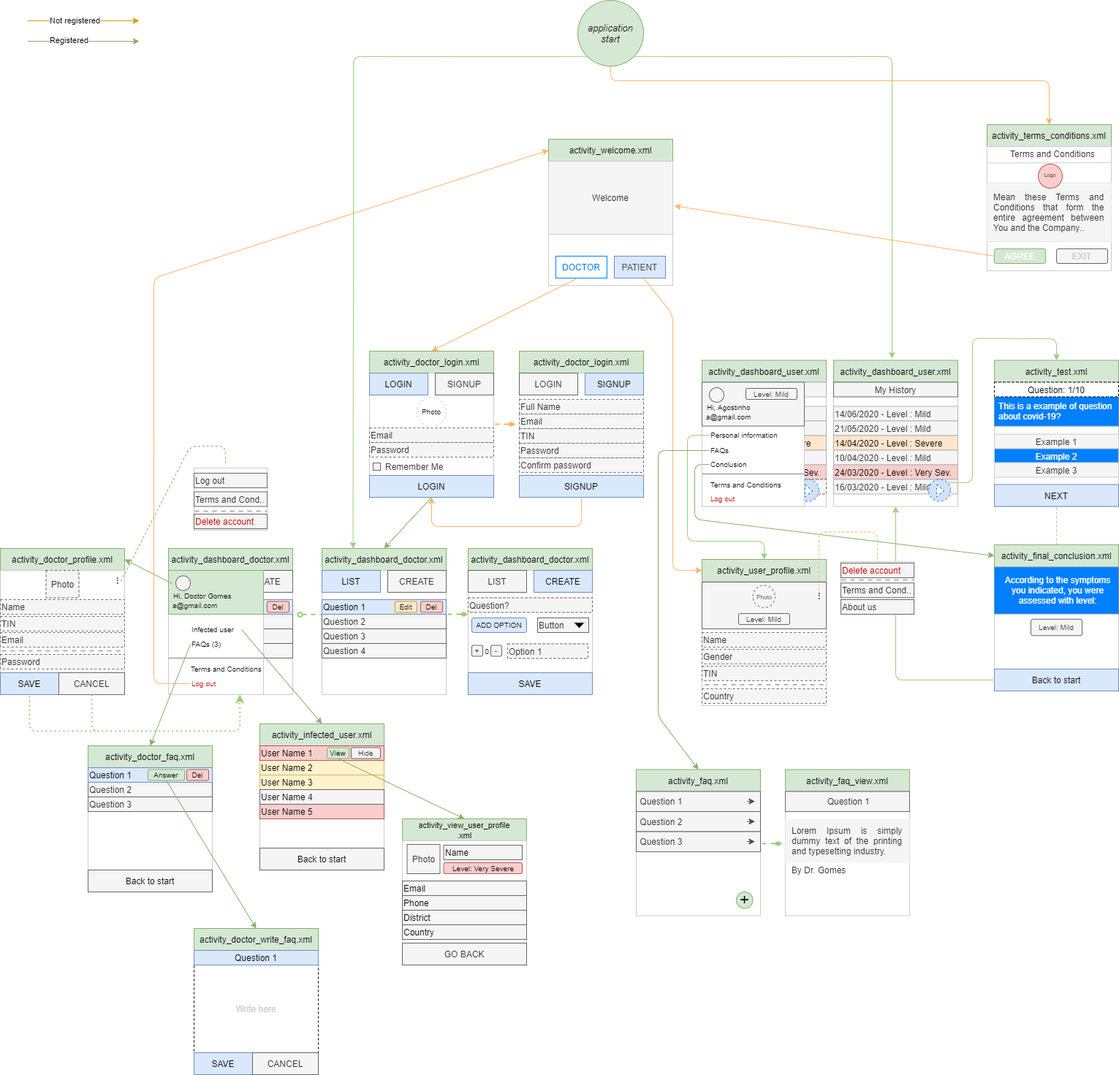
Above: documentation/draw-nav_activity.png in agostinhoramos/Testing_COVID_19 (draw.io), before the change. Source tidied: cells renumbered, new cells last; positions are measured from the earlier drawing's top-left corner, leaving out a move shared by most shapes.
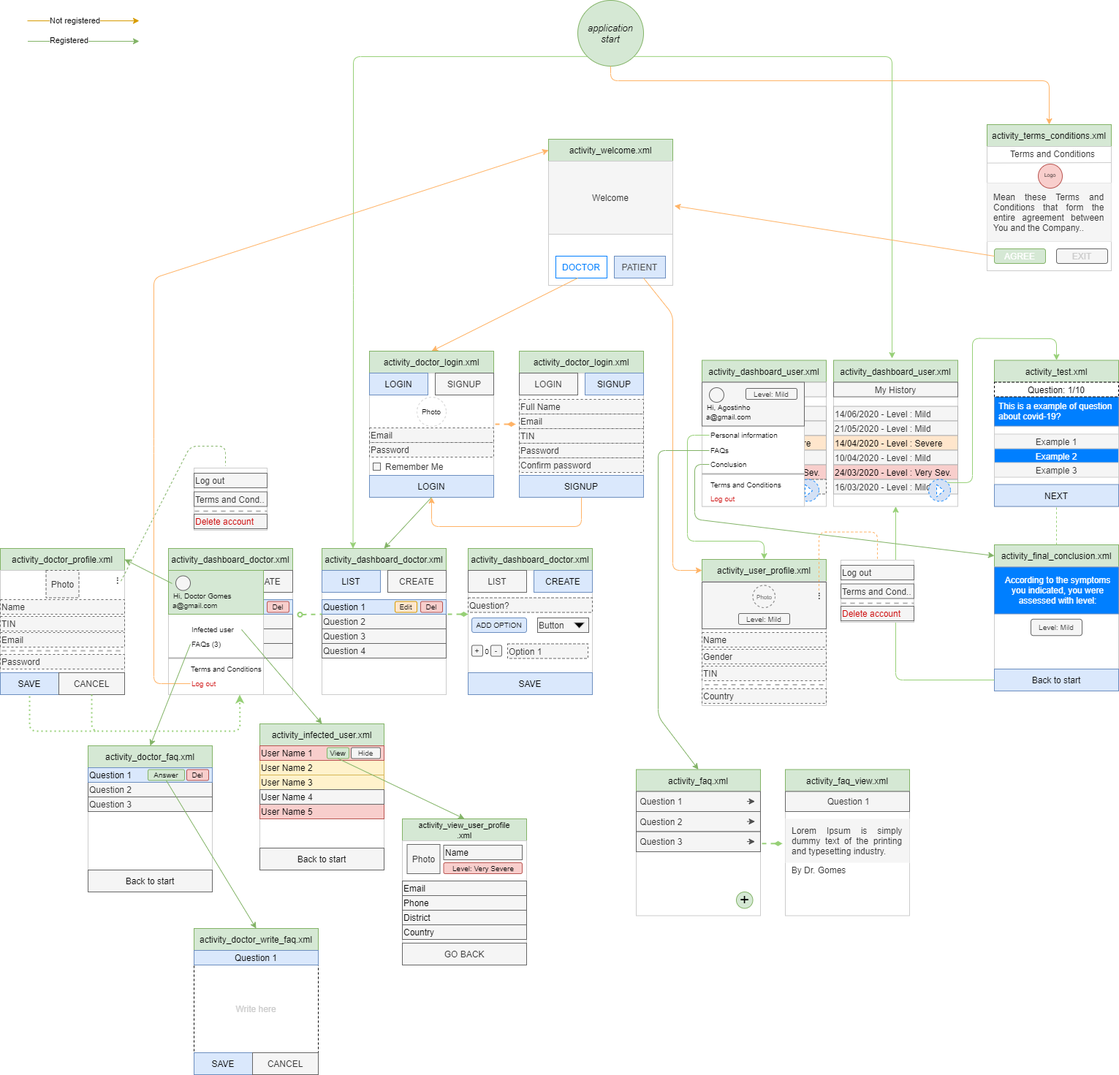
After the change.

The edit, as a diff of the source:
```diff
@@ -833,32 +833,33 @@
         <mxPoint x="30.5" as="offset" />
       </mxGeometry>
     </mxCell>
-    <mxCell id="232" style="rounded=0;whiteSpace=wrap;html=1;fillColor=#ffffff;gradientColor=none;strokeColor=#CCCCCC;strokeWidth=1;" parent="1" vertex="1">
-      <mxGeometry x="1150" y="768" width="100" height="70" as="geometry" />
-    </mxCell>
-    <mxCell id="233" style="endArrow=none;dashed=1;html=1;strokeColor=#B3B3B3;strokeWidth=2;fontSize=10;" parent="1" edge="1">
-      <mxGeometry relative="1" as="geometry">
-        <mxPoint x="1151" y="793" as="sourcePoint" />
-        <mxPoint x="1250" y="793" as="targetPoint" />
-      </mxGeometry>
-    </mxCell>
+    <mxCell id="237" style="endArrow=none;html=1;strokeColor=#FFB366;entryX=0.5;entryY=0;entryDx=0;entryDy=0;endFill=0;dashed=1;" parent="1" edge="1">
+      <mxGeometry relative="1" as="geometry">
+        <mxPoint x="1120" y="807.5" as="sourcePoint" />
+        <mxPoint x="1200" y="770" as="targetPoint" />
+        <Array as="points">
+          <mxPoint x="1120" y="727.5" />
+          <mxPoint x="1200" y="727.5" />
+        </Array>
+      </mxGeometry>
+    </mxCell>
+    <mxCell id="238" style="rounded=0;whiteSpace=wrap;html=1;fillColor=#ffffff;gradientColor=none;strokeColor=#CCCCCC;strokeWidth=1;" parent="1" vertex="1">
+      <mxGeometry x="1150" y="766" width="100" height="85" as="geometry" />
+    </mxCell>
-    <mxCell id="234" value="&lt;span style=&quot;color: rgb(204 , 0 , 0)&quot;&gt;Delete account&lt;/span&gt;" style="rounded=0;whiteSpace=wrap;html=1;fillColor=#f5f5f5;strokeColor=#666666;fontColor=#333333;align=left;" parent="1" vertex="1">
-      <mxGeometry x="1150" y="770" width="100" height="20" as="geometry" />
+    <mxCell id="234" value="Delete account" style="rounded=0;whiteSpace=wrap;html=1;fillColor=#f5f5f5;strokeColor=#666666;fontColor=#CC0000;align=left;" parent="1" vertex="1">
+      <mxGeometry x="1150" y="829" width="100" height="20" as="geometry" />
     </mxCell>
-    <mxCell id="235" value="About us" style="rounded=0;whiteSpace=wrap;html=1;fillColor=#f5f5f5;strokeColor=#666666;fontColor=#333333;align=left;" parent="1" vertex="1">
-      <mxGeometry x="1150" y="820" width="100" height="20" as="geometry" />
-    </mxCell>
+    <mxCell id="239" style="endArrow=none;dashed=1;html=1;strokeColor=#B3B3B3;strokeWidth=2;fontSize=10;" parent="1" edge="1">
+      <mxGeometry relative="1" as="geometry">
+        <mxPoint x="1151" y="825" as="sourcePoint" />
+        <mxPoint x="1250" y="825" as="targetPoint" />
+      </mxGeometry>
+    </mxCell>
+    <mxCell id="240" value="Log out" style="rounded=0;whiteSpace=wrap;html=1;fillColor=#f5f5f5;strokeColor=#666666;fontColor=#333333;align=left;" parent="1" vertex="1">
+      <mxGeometry x="1150" y="773" width="100" height="20" as="geometry" />
+    </mxCell>
     <mxCell id="236" value="Terms and Cond.." style="rounded=0;whiteSpace=wrap;html=1;fillColor=#f5f5f5;strokeColor=#666666;fontColor=#333333;align=left;" parent="1" vertex="1">
-      <mxGeometry x="1150" y="797.2" width="100" height="20" as="geometry" />
+      <mxGeometry x="1150" y="798.5" width="100" height="20" as="geometry" />
     </mxCell>
-    <mxCell id="237" style="endArrow=none;html=1;strokeColor=#FFB366;entryX=0.5;entryY=0;entryDx=0;entryDy=0;endFill=0;dashed=1;" parent="1" edge="1" target="234">
-      <mxGeometry relative="1" as="geometry">
-        <mxPoint x="1120" y="807.5" as="sourcePoint" />
-        <Array as="points">
-          <mxPoint x="1120" y="727.5" />
-          <mxPoint x="1200" y="727.5" />
-        </Array>
-      </mxGeometry>
-    </mxCell>
   </root>
 </mxGraphModel>
```
